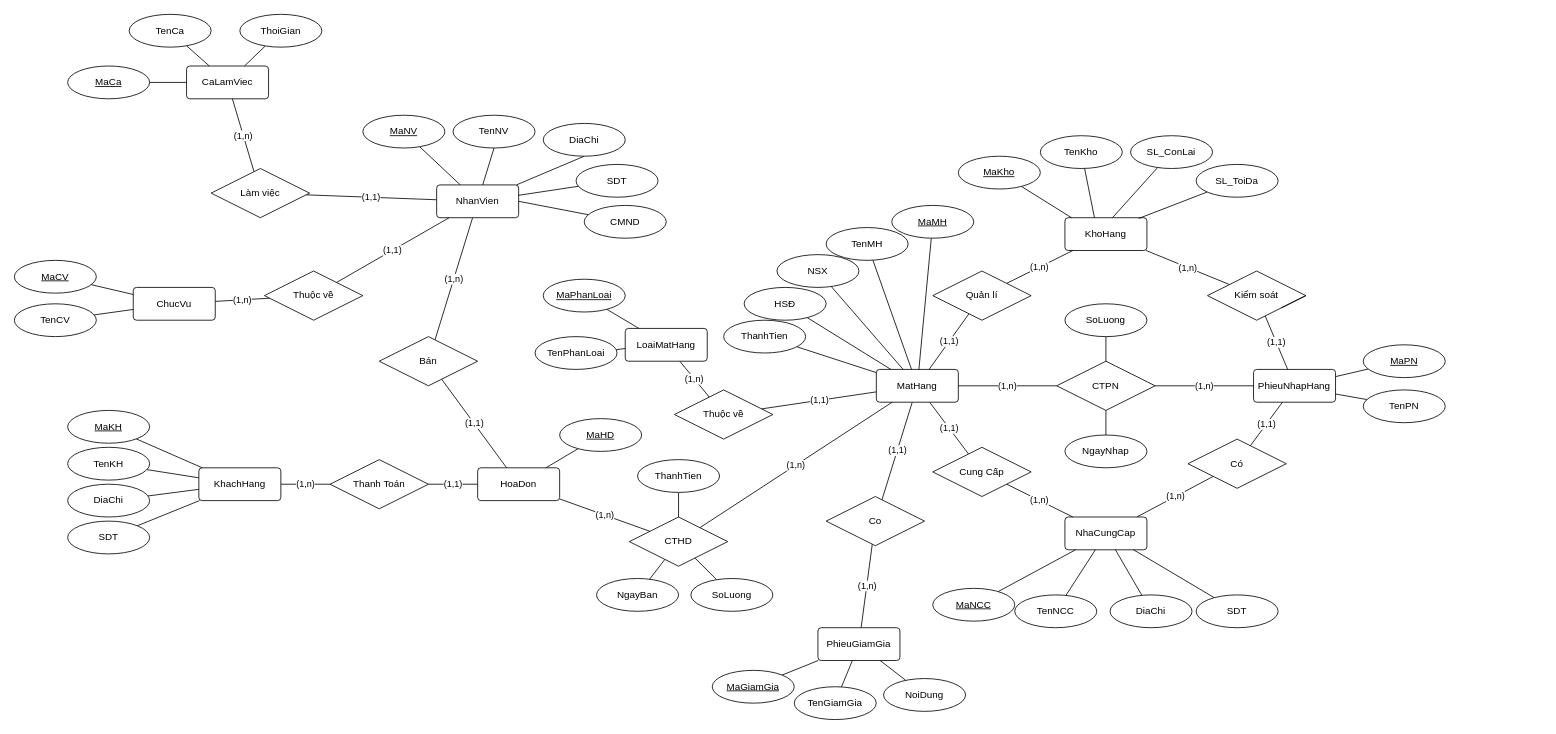
Earlier version of the draw.io diagram docs/ERD.drawio (EdgarIgnite16/Mini-Store-Manager). Source tidied: cells renumbered, new cells numbered last; positions are measured from the earlier drawing's top-left corner, leaving out a move shared by most shapes. Both pictures are drawn from the tidied source at 82%, with x=0, y=0 at pixel (14, 14).
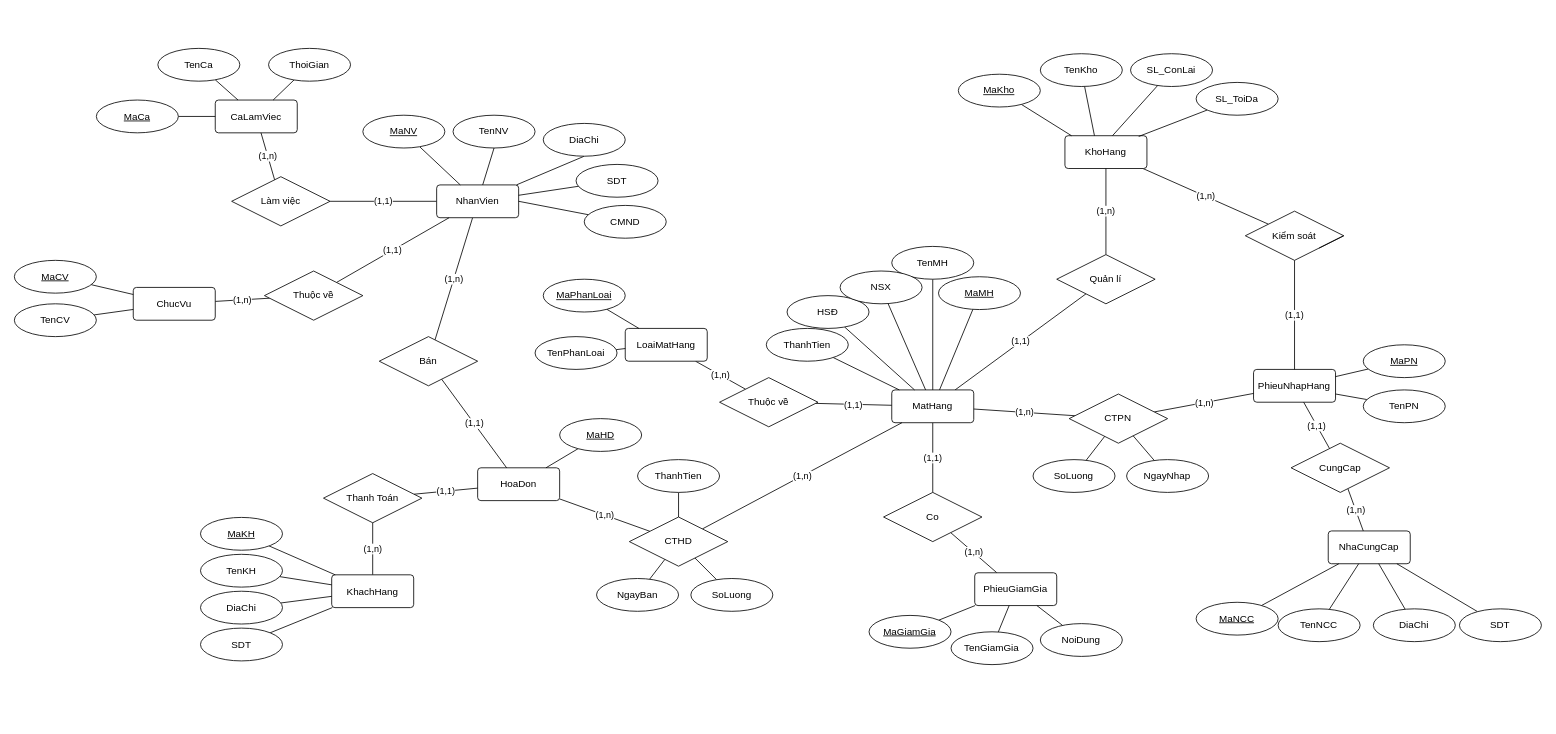
The same page after the edit.

Commit message (it also covers changes not shown here):
update ERD and fix some DTO

Change to the diagram source:
```diff
@@
     <mxCell id="14" value="Thanh Toán" style="shape=rhombus;perimeter=rhombusPerimeter;whiteSpace=wrap;html=1;align=center;" parent="1" vertex="1">
-      <mxGeometry x="385" y="543" width="120" height="60" as="geometry" />
+      <mxGeometry x="377" y="560" width="120" height="60" as="geometry" />
     </mxCell>
@@
     <mxCell id="16" value="KhachHang" style="rounded=1;arcSize=10;whiteSpace=wrap;html=1;align=center;" parent="1" vertex="1">
-      <mxGeometry x="225" y="553" width="100" height="40" as="geometry" />
+      <mxGeometry x="387" y="683.5" width="100" height="40" as="geometry" />
     </mxCell>
-    <mxCell id="17" value="(1,1)" style="edgeStyle=none;rounded=0;jettySize=auto;html=1;endArrow=none;endFill=0;" parent="1" edge="1" source="20" target="26">
-      <mxGeometry relative="1" as="geometry" />
-    </mxCell>
@@
     <mxCell id="20" value="MatHang" style="rounded=1;arcSize=10;whiteSpace=wrap;html=1;align=center;" parent="1" vertex="1">
-      <mxGeometry x="1051.2" y="433" width="100" height="40" as="geometry" />
+      <mxGeometry x="1070" y="458" width="100" height="40" as="geometry" />
     </mxCell>
@@
     <mxCell id="24" value="NhaCungCap" style="rounded=1;arcSize=10;whiteSpace=wrap;html=1;align=center;" parent="1" vertex="1">
-      <mxGeometry x="1281.2" y="613" width="100" height="40" as="geometry" />
+      <mxGeometry x="1602.3" y="630" width="100" height="40" as="geometry" />
     </mxCell>
-    <mxCell id="25" value="(1,n)" style="edgeStyle=none;rounded=0;jettySize=auto;html=1;endArrow=none;endFill=0;" parent="1" edge="1" source="26" target="24">
-      <mxGeometry relative="1" as="geometry" />
-    </mxCell>
-    <mxCell id="26" value="Cung Cấp" style="shape=rhombus;perimeter=rhombusPerimeter;whiteSpace=wrap;html=1;align=center;" parent="1" vertex="1">
-      <mxGeometry x="1120" y="528" width="120" height="60" as="geometry" />
-    </mxCell>
@@
     <mxCell id="30" value="CTPN" style="shape=rhombus;perimeter=rhombusPerimeter;whiteSpace=wrap;html=1;align=center;" parent="1" vertex="1">
-      <mxGeometry x="1271.2" y="423" width="120" height="60" as="geometry" />
+      <mxGeometry x="1286.4" y="463" width="120" height="60" as="geometry" />
     </mxCell>
@@
-    <mxCell id="32" value="Có" style="shape=rhombus;perimeter=rhombusPerimeter;whiteSpace=wrap;html=1;align=center;" parent="1" vertex="1">
-      <mxGeometry x="1431.2" y="518" width="120" height="60" as="geometry" />
+    <mxCell id="32" value="CungCap" style="shape=rhombus;perimeter=rhombusPerimeter;whiteSpace=wrap;html=1;align=center;" parent="1" vertex="1">
+      <mxGeometry x="1557" y="523" width="120" height="60" as="geometry" />
     </mxCell>
@@
     <mxCell id="34" value="KhoHang" style="rounded=1;arcSize=10;whiteSpace=wrap;html=1;align=center;" parent="1" vertex="1">
-      <mxGeometry x="1281.2" y="248" width="100" height="40" as="geometry" />
+      <mxGeometry x="1281.2" y="148" width="100" height="40" as="geometry" />
     </mxCell>
@@
     <mxCell id="36" value="Quản lí" style="shape=rhombus;perimeter=rhombusPerimeter;whiteSpace=wrap;html=1;align=center;" parent="1" vertex="1">
-      <mxGeometry x="1120" y="313" width="120" height="60" as="geometry" />
+      <mxGeometry x="1271.2" y="293" width="120" height="60" as="geometry" />
     </mxCell>
     <mxCell id="37" value="CaLamViec" style="rounded=1;arcSize=10;whiteSpace=wrap;html=1;align=center;" parent="1" vertex="1">
-      <mxGeometry x="210" y="63" width="100" height="40" as="geometry" />
+      <mxGeometry x="245" y="104.5" width="100" height="40" as="geometry" />
     </mxCell>
@@
     <mxCell id="39" value="Làm việc" style="shape=rhombus;perimeter=rhombusPerimeter;whiteSpace=wrap;html=1;align=center;" parent="1" vertex="1">
-      <mxGeometry x="240" y="188" width="120" height="60" as="geometry" />
+      <mxGeometry x="265" y="198" width="120" height="60" as="geometry" />
     </mxCell>
@@
     <mxCell id="41" value="Kiểm soát" style="shape=rhombus;perimeter=rhombusPerimeter;whiteSpace=wrap;html=1;align=center;" parent="1" vertex="1">
-      <mxGeometry x="1455" y="313" width="120" height="60" as="geometry" />
+      <mxGeometry x="1501.2" y="240" width="120" height="60" as="geometry" />
     </mxCell>
@@
     <mxCell id="48" value="ThoiGian" style="ellipse;whiteSpace=wrap;html=1;align=center;" parent="1" vertex="1">
-      <mxGeometry x="275" width="100" height="40" as="geometry" />
+      <mxGeometry x="310" y="41.5" width="100" height="40" as="geometry" />
     </mxCell>
@@
     <mxCell id="50" value="TenCa" style="ellipse;whiteSpace=wrap;html=1;align=center;" parent="1" vertex="1">
-      <mxGeometry x="140" width="100" height="40" as="geometry" />
+      <mxGeometry x="175" y="41.5" width="100" height="40" as="geometry" />
     </mxCell>
@@
     <mxCell id="60" value="MaKH" style="ellipse;whiteSpace=wrap;html=1;align=center;fontStyle=4;" parent="1" vertex="1">
-      <mxGeometry x="65" y="483" width="100" height="40" as="geometry" />
+      <mxGeometry x="227" y="613.5" width="100" height="40" as="geometry" />
     </mxCell>
@@
     <mxCell id="62" value="TenKH" style="ellipse;whiteSpace=wrap;html=1;align=center;" parent="1" vertex="1">
-      <mxGeometry x="65" y="528" width="100" height="40" as="geometry" />
+      <mxGeometry x="227" y="658.5" width="100" height="40" as="geometry" />
     </mxCell>
@@
     <mxCell id="64" value="DiaChi" style="ellipse;whiteSpace=wrap;html=1;align=center;" parent="1" vertex="1">
-      <mxGeometry x="65" y="573" width="100" height="40" as="geometry" />
+      <mxGeometry x="227" y="703.5" width="100" height="40" as="geometry" />
     </mxCell>
@@
     <mxCell id="66" value="SDT" style="ellipse;whiteSpace=wrap;html=1;align=center;" parent="1" vertex="1">
-      <mxGeometry x="65" y="618" width="100" height="40" as="geometry" />
+      <mxGeometry x="227" y="748.5" width="100" height="40" as="geometry" />
     </mxCell>
@@
     <mxCell id="72" value="SoLuong" style="ellipse;whiteSpace=wrap;html=1;align=center;" parent="1" vertex="1">
-      <mxGeometry x="1281.2" y="353" width="100" height="40" as="geometry" />
+      <mxGeometry x="1242.3" y="543" width="100" height="40" as="geometry" />
     </mxCell>
@@
     <mxCell id="74" value="NgayNhap" style="ellipse;whiteSpace=wrap;html=1;align=center;" parent="1" vertex="1">
-      <mxGeometry x="1281.2" y="513" width="100" height="40" as="geometry" />
+      <mxGeometry x="1356.4" y="543" width="100" height="40" as="geometry" />
     </mxCell>
     <mxCell id="75" style="edgeStyle=none;rounded=0;jettySize=auto;html=1;endArrow=none;endFill=0;" parent="1" edge="1" source="76">
       <mxGeometry relative="1" as="geometry">
-        <mxPoint x="1371.2" y="248.9" as="targetPoint" />
+        <mxPoint x="1371.2" y="148.9" as="targetPoint" />
       </mxGeometry>
     </mxCell>
     <mxCell id="76" value="SL_ToiDa" style="ellipse;whiteSpace=wrap;html=1;align=center;" parent="1" vertex="1">
-      <mxGeometry x="1441.2" y="183" width="100" height="40" as="geometry" />
+      <mxGeometry x="1441.2" y="83" width="100" height="40" as="geometry" />
     </mxCell>
     <mxCell id="77" style="edgeStyle=none;rounded=0;jettySize=auto;html=1;endArrow=none;endFill=0;" parent="1" edge="1" source="78">
       <mxGeometry relative="1" as="geometry">
-        <mxPoint x="1289.2" y="248" as="targetPoint" />
+        <mxPoint x="1289.2" y="148" as="targetPoint" />
       </mxGeometry>
     </mxCell>
     <mxCell id="78" value="MaKho" style="ellipse;whiteSpace=wrap;html=1;align=center;fontStyle=4;" parent="1" vertex="1">
-      <mxGeometry x="1151.2" y="173" width="100" height="40" as="geometry" />
+      <mxGeometry x="1151.2" y="73" width="100" height="40" as="geometry" />
     </mxCell>
     <mxCell id="79" style="edgeStyle=none;rounded=0;jettySize=auto;html=1;endArrow=none;endFill=0;" parent="1" edge="1" source="80">
       <mxGeometry relative="1" as="geometry">
-        <mxPoint x="1317.2" y="248" as="targetPoint" />
+        <mxPoint x="1317.2" y="148" as="targetPoint" />
       </mxGeometry>
     </mxCell>
     <mxCell id="80" value="TenKho" style="ellipse;whiteSpace=wrap;html=1;align=center;" parent="1" vertex="1">
-      <mxGeometry x="1251.2" y="148" width="100" height="40" as="geometry" />
+      <mxGeometry x="1251.2" y="48" width="100" height="40" as="geometry" />
     </mxCell>
     <mxCell id="81" style="edgeStyle=none;rounded=0;jettySize=auto;html=1;endArrow=none;endFill=0;" parent="1" edge="1" source="82">
       <mxGeometry relative="1" as="geometry">
-        <mxPoint x="1339.2" y="248" as="targetPoint" />
+        <mxPoint x="1339.2" y="148" as="targetPoint" />
       </mxGeometry>
     </mxCell>
     <mxCell id="82" value="SL_ConLai" style="ellipse;whiteSpace=wrap;html=1;align=center;" parent="1" vertex="1">
-      <mxGeometry x="1361.2" y="148" width="100" height="40" as="geometry" />
+      <mxGeometry x="1361.2" y="48" width="100" height="40" as="geometry" />
     </mxCell>
@@
     <mxCell id="84" value="MaNCC" style="ellipse;whiteSpace=wrap;html=1;align=center;fontStyle=4;" parent="1" vertex="1">
-      <mxGeometry x="1120" y="700" width="100" height="40" as="geometry" />
+      <mxGeometry x="1441.2" y="717" width="100" height="40" as="geometry" />
     </mxCell>
@@
     <mxCell id="86" value="TenNCC" style="ellipse;whiteSpace=wrap;html=1;align=center;fontStyle=0;" parent="1" vertex="1">
-      <mxGeometry x="1220" y="708" width="100" height="40" as="geometry" />
+      <mxGeometry x="1541.2" y="725" width="100" height="40" as="geometry" />
     </mxCell>
@@
     <mxCell id="88" value="DiaChi" style="ellipse;whiteSpace=wrap;html=1;align=center;" parent="1" vertex="1">
-      <mxGeometry x="1336.2" y="708" width="100" height="40" as="geometry" />
+      <mxGeometry x="1657.3" y="725" width="100" height="40" as="geometry" />
     </mxCell>
@@
     <mxCell id="90" value="SDT" style="ellipse;whiteSpace=wrap;html=1;align=center;" parent="1" vertex="1">
-      <mxGeometry x="1441.2" y="708" width="100" height="40" as="geometry" />
+      <mxGeometry x="1762.3" y="725" width="100" height="40" as="geometry" />
     </mxCell>
@@
     <mxCell id="92" value="MaMH" style="ellipse;whiteSpace=wrap;html=1;align=center;fontStyle=4;" parent="1" vertex="1">
-      <mxGeometry x="1070" y="233" width="100" height="40" as="geometry" />
+      <mxGeometry x="1127" y="320" width="100" height="40" as="geometry" />
     </mxCell>
@@
     <mxCell id="94" value="TenMH" style="ellipse;whiteSpace=wrap;html=1;align=center;" parent="1" vertex="1">
-      <mxGeometry x="990" y="260" width="100" height="40" as="geometry" />
+      <mxGeometry x="1070" y="283" width="100" height="40" as="geometry" />
     </mxCell>
@@
     <mxCell id="102" value="Thuộc về" style="shape=rhombus;perimeter=rhombusPerimeter;whiteSpace=wrap;html=1;align=center;" parent="1" vertex="1">
-      <mxGeometry x="805" y="458" width="120" height="60" as="geometry" />
+      <mxGeometry x="860" y="443" width="120" height="60" as="geometry" />
     </mxCell>
@@
     <mxCell id="112" value="ThanhTien" style="ellipse;whiteSpace=wrap;html=1;align=center;" parent="1" vertex="1">
-      <mxGeometry x="865" y="373" width="100" height="40" as="geometry" />
+      <mxGeometry x="917" y="383" width="100" height="40" as="geometry" />
     </mxCell>
@@
     <mxCell id="114" value="HSĐ" style="ellipse;whiteSpace=wrap;html=1;align=center;" parent="1" vertex="1">
-      <mxGeometry x="890" y="333" width="100" height="40" as="geometry" />
+      <mxGeometry x="942.3" y="343" width="100" height="40" as="geometry" />
     </mxCell>
@@
     <mxCell id="118" value="MaCa" style="ellipse;whiteSpace=wrap;html=1;align=center;fontStyle=4;" parent="1" vertex="1">
-      <mxGeometry x="65" y="63" width="100" height="40" as="geometry" />
+      <mxGeometry x="100" y="104.5" width="100" height="40" as="geometry" />
     </mxCell>
@@
     <mxCell id="120" value="NSX" style="ellipse;whiteSpace=wrap;html=1;align=center;" parent="1" vertex="1">
-      <mxGeometry x="930" y="293" width="100" height="40" as="geometry" />
+      <mxGeometry x="1007" y="313" width="100" height="40" as="geometry" />
     </mxCell>
@@
     <mxCell id="122" value="Co" style="shape=rhombus;perimeter=rhombusPerimeter;whiteSpace=wrap;html=1;align=center;" parent="1" vertex="1">
-      <mxGeometry x="990" y="588" width="120" height="60" as="geometry" />
+      <mxGeometry x="1060" y="583" width="120" height="60" as="geometry" />
     </mxCell>
     <mxCell id="123" value="PhieuGiamGia" style="rounded=1;arcSize=10;whiteSpace=wrap;html=1;align=center;" parent="1" vertex="1">
-      <mxGeometry x="980" y="748" width="100" height="40" as="geometry" />
+      <mxGeometry x="1171.2" y="681" width="100" height="40" as="geometry" />
     </mxCell>
@@
     <mxCell id="125" value="MaGiamGia" style="ellipse;whiteSpace=wrap;html=1;align=center;fontStyle=4;" parent="1" vertex="1">
-      <mxGeometry x="851.1" y="800" width="100" height="40" as="geometry" />
+      <mxGeometry x="1042.3" y="733" width="100" height="40" as="geometry" />
     </mxCell>
@@
     <mxCell id="127" value="TenGiamGia" style="ellipse;whiteSpace=wrap;html=1;align=center;" parent="1" vertex="1">
-      <mxGeometry x="951.1" y="820" width="100" height="40" as="geometry" />
+      <mxGeometry x="1142.3" y="753" width="100" height="40" as="geometry" />
     </mxCell>
@@
     <mxCell id="129" value="NoiDung" style="ellipse;whiteSpace=wrap;html=1;align=center;" parent="1" vertex="1">
-      <mxGeometry x="1060" y="810" width="100" height="40" as="geometry" />
+      <mxGeometry x="1251.2" y="743" width="100" height="40" as="geometry" />
     </mxCell>
```
